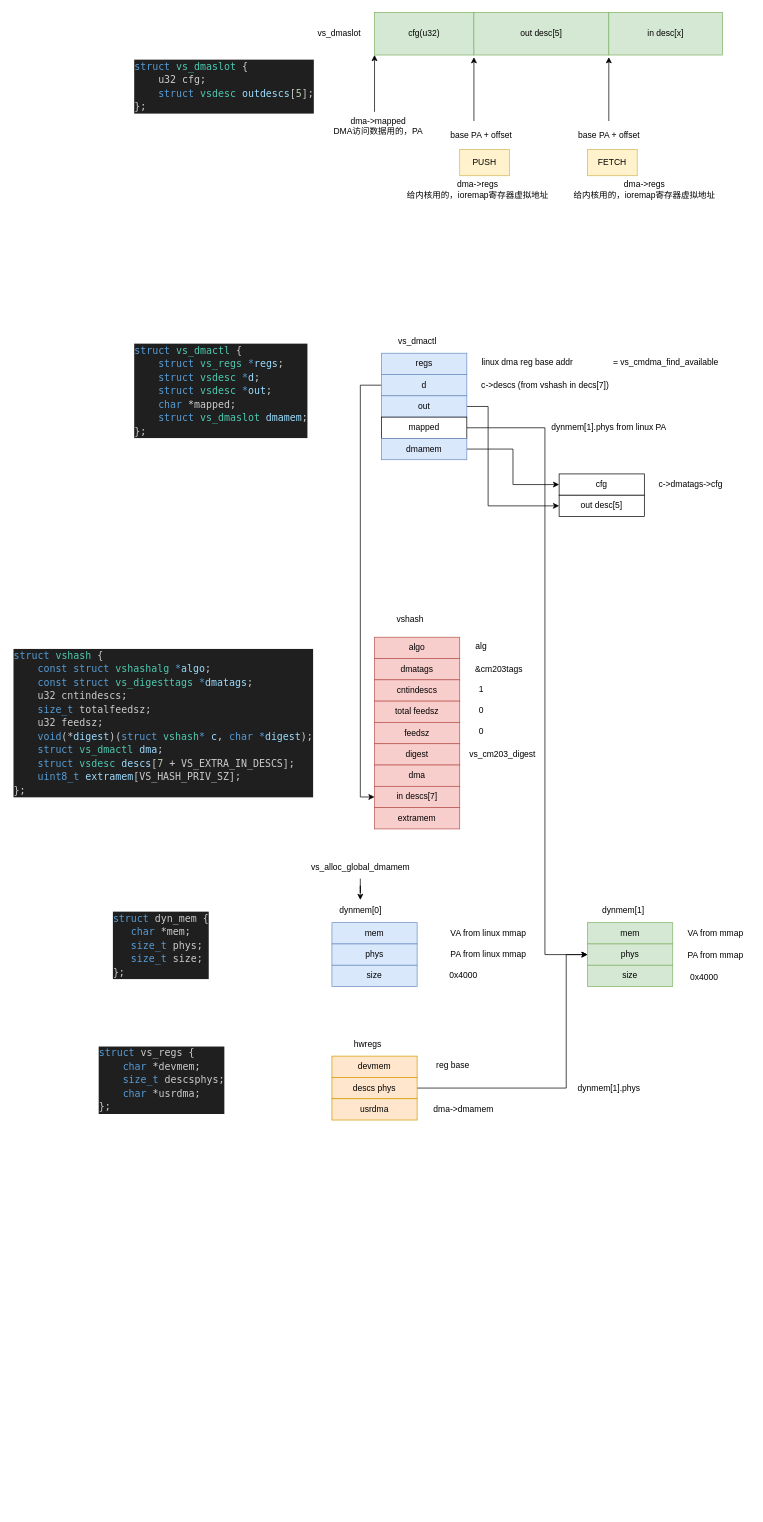
thomas-coding/drawio keeps this draw.io diagram as vcm26x.drawio. Above is the earlier version. Source tidied: cells renumbered, new cells numbered last; positions are measured from the earlier drawing's top-left corner, leaving out a move shared by most shapes. Both pictures are drawn from the tidied source at 71%, with x=0, y=0 at pixel (12, 12).
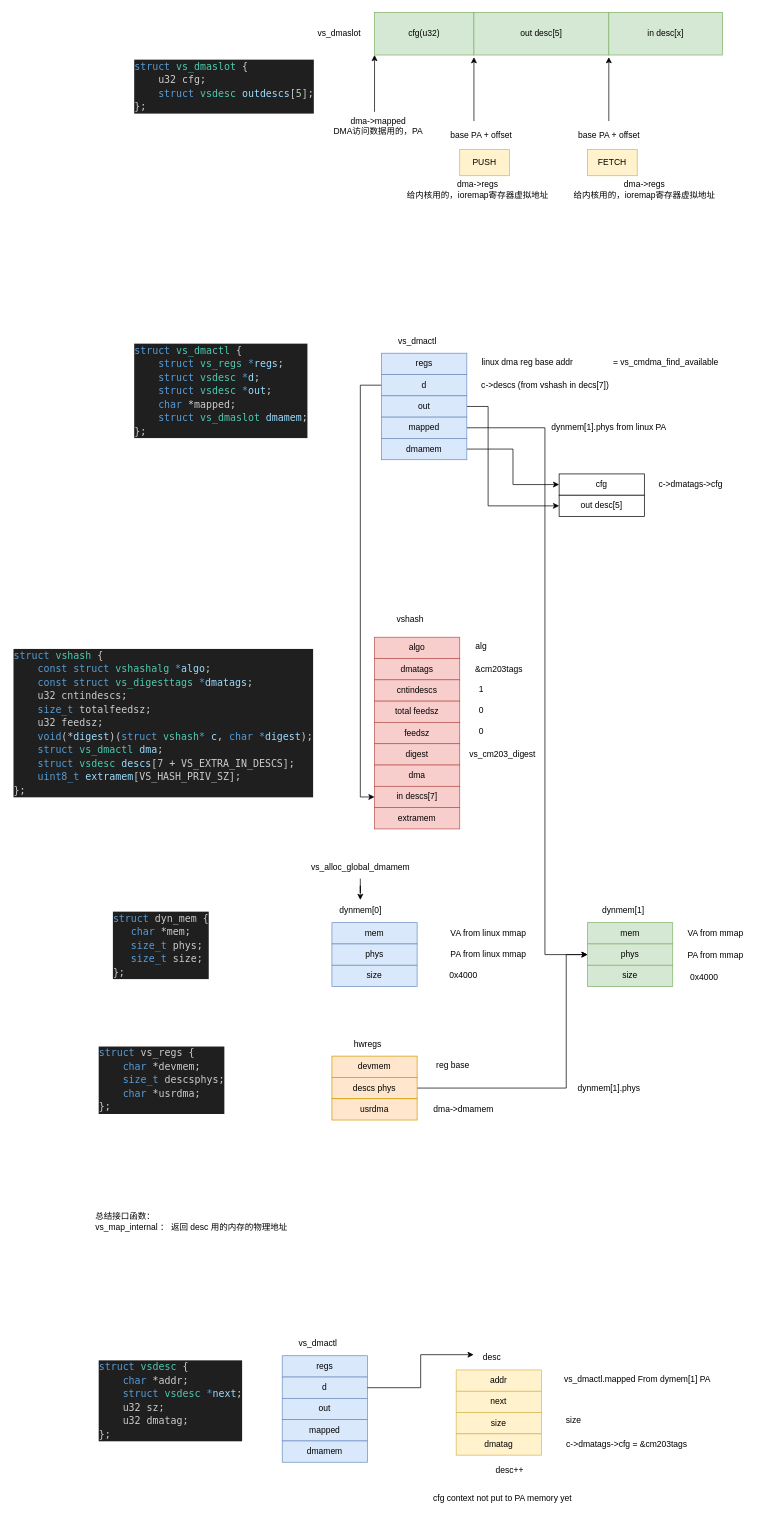
The same diagram, later.

Change to the diagram source:
```diff
@@
-    <mxCell id="23" value="mapped" style="rounded=0;whiteSpace=wrap;html=1;" parent="1" vertex="1">
+    <mxCell id="23" value="mapped" style="rounded=0;whiteSpace=wrap;html=1;fillColor=#dae8fc;strokeColor=#6c8ebf;" parent="1" vertex="1">
       <mxGeometry x="520" y="570" width="120" height="30" as="geometry" />
     </mxCell>
@@
+    <mxCell id="78" value="总结接口函数：&lt;div&gt;vs_map_internal ： 返回 desc 用的内存的物理地址&lt;br&gt;&lt;/div&gt;" style="text;html=1;align=left;verticalAlign=middle;strokeColor=none;fillColor=none;" parent="1" vertex="1">
+      <mxGeometry x="115" y="1683" width="290" height="40" as="geometry" />
+    </mxCell>
+    <mxCell id="79" value="regs" style="rounded=0;whiteSpace=wrap;html=1;fillColor=#dae8fc;strokeColor=#6c8ebf;" parent="1" vertex="1">
+      <mxGeometry x="380" y="1892" width="120" height="30" as="geometry" />
+    </mxCell>
+    <mxCell id="80" value="d" style="rounded=0;whiteSpace=wrap;html=1;fillColor=#dae8fc;strokeColor=#6c8ebf;" parent="1" vertex="1">
+      <mxGeometry x="380" y="1922" width="120" height="30" as="geometry" />
+    </mxCell>
+    <mxCell id="81" value="out" style="rounded=0;whiteSpace=wrap;html=1;fillColor=#dae8fc;strokeColor=#6c8ebf;" parent="1" vertex="1">
+      <mxGeometry x="380" y="1952" width="120" height="30" as="geometry" />
+    </mxCell>
+    <mxCell id="82" value="mapped" style="rounded=0;whiteSpace=wrap;html=1;fillColor=#dae8fc;strokeColor=#6c8ebf;" parent="1" vertex="1">
+      <mxGeometry x="380" y="1982" width="120" height="30" as="geometry" />
+    </mxCell>
+    <mxCell id="83" value="&lt;span style=&quot;text-align: left;&quot;&gt;dmamem&lt;/span&gt;" style="rounded=0;whiteSpace=wrap;html=1;fillColor=#dae8fc;strokeColor=#6c8ebf;" parent="1" vertex="1">
+      <mxGeometry x="380" y="2012" width="120" height="30" as="geometry" />
+    </mxCell>
+    <mxCell id="84" value="vs_dmactl" style="text;html=1;align=center;verticalAlign=middle;strokeColor=none;fillColor=none;" parent="1" vertex="1">
+      <mxGeometry x="390" y="1860" width="80" height="30" as="geometry" />
+    </mxCell>
+    <mxCell id="85" value="&lt;div style=&quot;color: #cccccc;background-color: #1f1f1f;font-family: 'Droid Sans Mono', 'monospace', monospace;font-weight: normal;font-size: 14px;line-height: 19px;white-space: pre;&quot;&gt;&lt;div&gt;&lt;span style=&quot;color: #569cd6;&quot;&gt;struct&lt;/span&gt;&lt;span style=&quot;color: #cccccc;&quot;&gt; &lt;/span&gt;&lt;span style=&quot;color: #4ec9b0;&quot;&gt;vsdesc&lt;/span&gt;&lt;span style=&quot;color: #cccccc;&quot;&gt; {&lt;/span&gt;&lt;/div&gt;&lt;div&gt;&lt;span style=&quot;color: #cccccc;&quot;&gt;    &lt;/span&gt;&lt;span style=&quot;color: #569cd6;&quot;&gt;char&lt;/span&gt;&lt;span style=&quot;color: #cccccc;&quot;&gt; &lt;/span&gt;&lt;span style=&quot;color: #d4d4d4;&quot;&gt;*&lt;/span&gt;&lt;span style=&quot;color: #cccccc;&quot;&gt;addr;&lt;/span&gt;&lt;/div&gt;&lt;div&gt;&lt;span style=&quot;color: #cccccc;&quot;&gt;    &lt;/span&gt;&lt;span style=&quot;color: #569cd6;&quot;&gt;struct&lt;/span&gt;&lt;span style=&quot;color: #cccccc;&quot;&gt; &lt;/span&gt;&lt;span style=&quot;color: #4ec9b0;&quot;&gt;vsdesc&lt;/span&gt;&lt;span style=&quot;color: #cccccc;&quot;&gt; &lt;/span&gt;&lt;span style=&quot;color: #569cd6;&quot;&gt;*&lt;/span&gt;&lt;span style=&quot;color: #9cdcfe;&quot;&gt;next&lt;/span&gt;&lt;span style=&quot;color: #cccccc;&quot;&gt;;&lt;/span&gt;&lt;/div&gt;&lt;div&gt;&lt;span style=&quot;color: #cccccc;&quot;&gt;    u32 sz;&lt;/span&gt;&lt;/div&gt;&lt;div&gt;&lt;span style=&quot;color: #cccccc;&quot;&gt;    u32 dmatag;&lt;/span&gt;&lt;/div&gt;&lt;div&gt;&lt;span style=&quot;color: #cccccc;&quot;&gt;};&lt;/span&gt;&lt;/div&gt;&lt;/div&gt;" style="text;whiteSpace=wrap;html=1;" parent="1" vertex="1">
+      <mxGeometry x="120" y="1892" width="240" height="140" as="geometry" />
+    </mxCell>
+    <mxCell id="86" value="addr" style="rounded=0;whiteSpace=wrap;html=1;fillColor=#fff2cc;strokeColor=#d6b656;" parent="1" vertex="1">
+      <mxGeometry x="625" y="1912" width="120" height="30" as="geometry" />
+    </mxCell>
+    <mxCell id="87" value="next" style="rounded=0;whiteSpace=wrap;html=1;fillColor=#fff2cc;strokeColor=#d6b656;" parent="1" vertex="1">
+      <mxGeometry x="625" y="1942" width="120" height="30" as="geometry" />
+    </mxCell>
+    <mxCell id="88" value="size" style="rounded=0;whiteSpace=wrap;html=1;fillColor=#fff2cc;strokeColor=#d6b656;" parent="1" vertex="1">
+      <mxGeometry x="625" y="1972" width="120" height="30" as="geometry" />
+    </mxCell>
+    <mxCell id="89" value="dmatag" style="rounded=0;whiteSpace=wrap;html=1;fillColor=#fff2cc;strokeColor=#d6b656;" parent="1" vertex="1">
+      <mxGeometry x="625" y="2002" width="120" height="30" as="geometry" />
+    </mxCell>
+    <mxCell id="90" value="desc" style="text;html=1;align=center;verticalAlign=middle;points=[];strokeColor=none;fillColor=none;" parent="1" vertex="1">
+      <mxGeometry x="650" y="1880" width="50" height="30" as="geometry" />
+    </mxCell>
+    <mxCell id="91" style="edgeStyle=orthogonalEdgeStyle;rounded=0;jettySize=auto;html=1;entryX=-0.008;entryY=0.35;entryDx=0;entryDy=0;entryPerimeter=0;" parent="1" edge="1" source="80" target="90">
+      <mxGeometry relative="1" as="geometry" />
+    </mxCell>
+    <mxCell id="92" value="vs_dmactl.mapped From dymem[1] PA" style="text;html=1;align=center;verticalAlign=middle;strokeColor=none;fillColor=none;" parent="1" vertex="1">
+      <mxGeometry x="765" y="1910" width="230" height="30" as="geometry" />
+    </mxCell>
+    <mxCell id="93" value="size" style="text;html=1;align=center;verticalAlign=middle;strokeColor=none;fillColor=none;" parent="1" vertex="1">
+      <mxGeometry x="770" y="1968" width="40" height="30" as="geometry" />
+    </mxCell>
+    <mxCell id="94" value="c-&amp;gt;dmatags-&amp;gt;cfg = &amp;amp;cm203tags" style="text;html=1;align=center;verticalAlign=middle;strokeColor=none;fillColor=none;" parent="1" vertex="1">
+      <mxGeometry x="770" y="2002" width="190" height="30" as="geometry" />
+    </mxCell>
+    <mxCell id="95" value="desc++" style="text;html=1;align=center;verticalAlign=middle;strokeColor=none;fillColor=none;" parent="1" vertex="1">
+      <mxGeometry x="670" y="2038" width="60" height="30" as="geometry" />
+    </mxCell>
+    <mxCell id="96" value="cfg context not put to PA memory yet" style="text;html=1;align=center;verticalAlign=middle;strokeColor=none;fillColor=none;" parent="1" vertex="1">
+      <mxGeometry x="580" y="2078" width="220" height="30" as="geometry" />
+    </mxCell>
```
